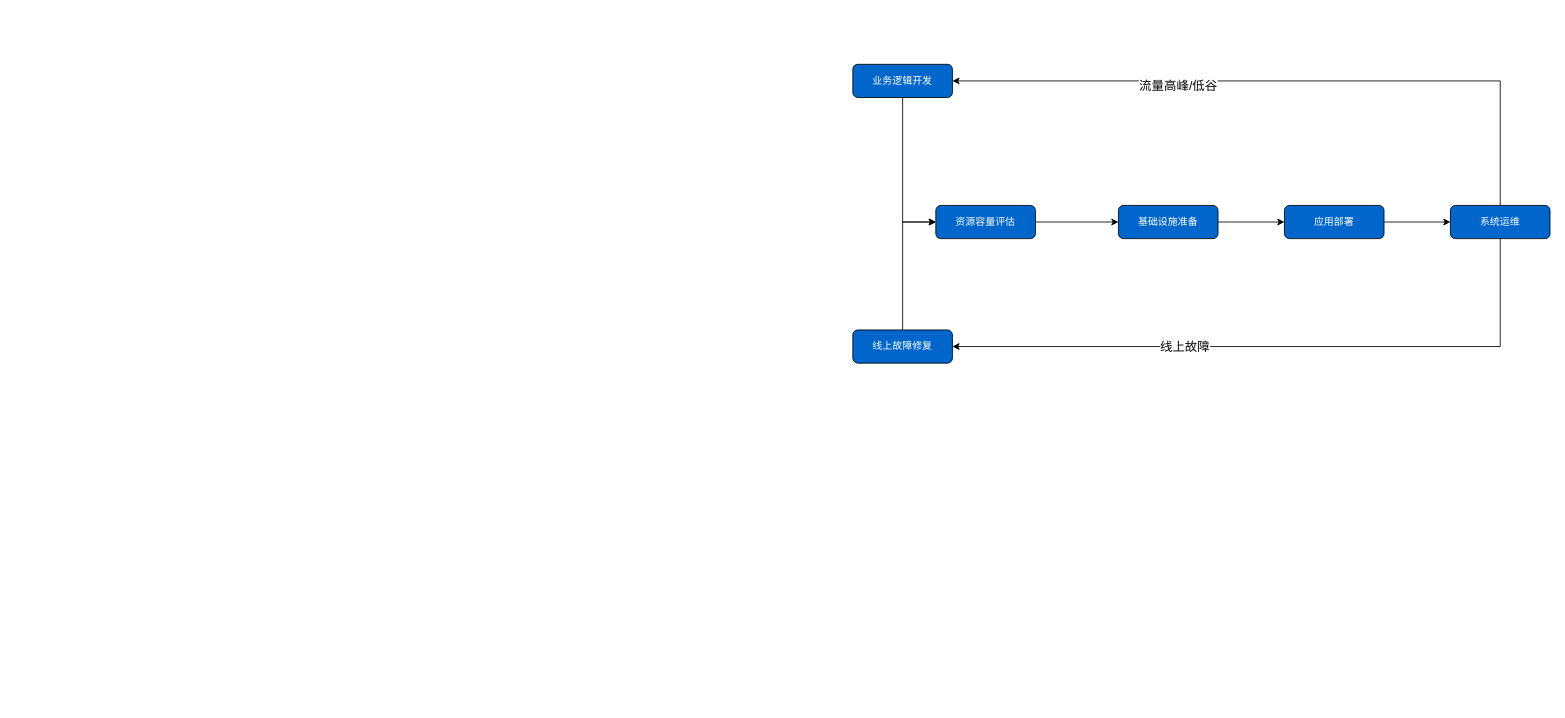
Above: faas.drawio in ming3000/draw_io (draw.io), before the change. Source tidied: cells renumbered, new cells numbered last; positions are measured from the earlier drawing's top-left corner, leaving out a move shared by most shapes. Both pictures are drawn from the tidied source at 83%, with x=0, y=0 at pixel (852, 64).
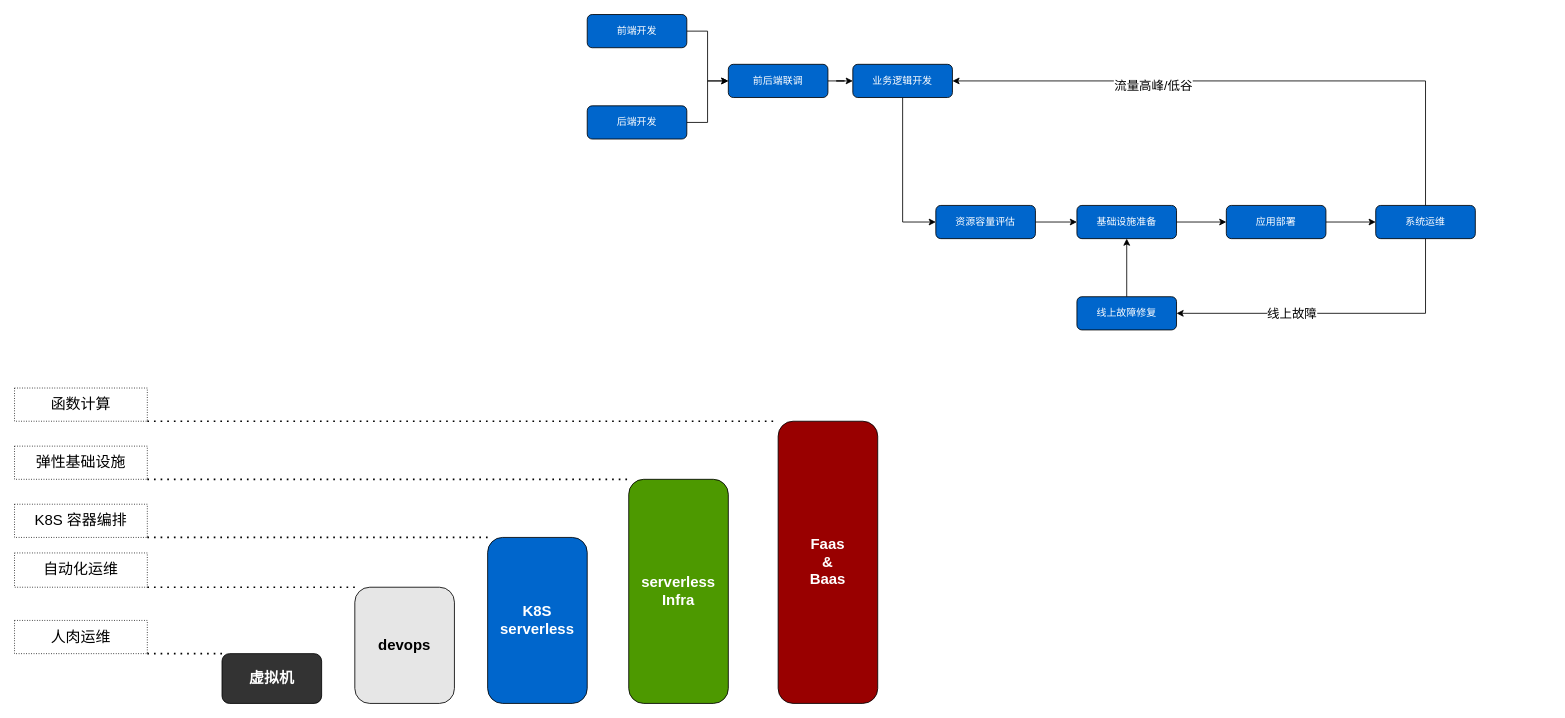
After the change.

The change refers to these unchanged cells:
```xml
<mxCell id="10" value="业务逻辑开发" style="rounded=1;whiteSpace=wrap;html=1;fillColor=#0066CC;fontColor=#FFFFFF;" parent="1" vertex="1">
  <mxGeometry width="120" height="40" as="geometry" />
</mxCell>
<mxCell id="14" value="资源容量评估" style="rounded=1;whiteSpace=wrap;html=1;fillColor=#0066CC;fontColor=#FFFFFF;" parent="1" vertex="1">
  <mxGeometry x="100" y="170" width="120" height="40" as="geometry" />
</mxCell>
```

Change to the diagram source:
```diff
@@
     <mxCell id="3" value="应用部署" style="rounded=1;whiteSpace=wrap;html=1;fillColor=#0066CC;fontColor=#FFFFFF;" parent="1" vertex="1">
-      <mxGeometry x="520" y="170" width="120" height="40" as="geometry" />
+      <mxGeometry x="450" y="170" width="120" height="40" as="geometry" />
     </mxCell>
@@
     <mxCell id="8" value="系统运维" style="rounded=1;whiteSpace=wrap;html=1;fillColor=#0066CC;fontColor=#FFFFFF;" parent="1" vertex="1">
-      <mxGeometry x="720" y="170" width="120" height="40" as="geometry" />
+      <mxGeometry x="630" y="170" width="120" height="40" as="geometry" />
     </mxCell>
@@
-    <mxCell id="11" style="edgeStyle=orthogonalEdgeStyle;rounded=0;jettySize=auto;html=1;exitX=0.5;exitY=0;exitDx=0;exitDy=0;entryX=0;entryY=0.5;entryDx=0;entryDy=0;fontColor=#FFFFFF;" parent="1" edge="1" source="12" target="14">
+    <mxCell id="11" style="edgeStyle=orthogonalEdgeStyle;rounded=0;jettySize=auto;html=1;exitX=0.5;exitY=0;exitDx=0;exitDy=0;entryX=0.5;entryY=1;entryDx=0;entryDy=0;fontColor=#FFFFFF;" parent="1" edge="1" source="12" target="16">
       <mxGeometry relative="1" as="geometry" />
     </mxCell>
     <mxCell id="12" value="线上故障修复" style="rounded=1;whiteSpace=wrap;html=1;fillColor=#0066CC;fontColor=#FFFFFF;" parent="1" vertex="1">
-      <mxGeometry y="320" width="120" height="40" as="geometry" />
+      <mxGeometry x="270" y="280" width="120" height="40" as="geometry" />
     </mxCell>
@@
     <mxCell id="16" value="基础设施准备" style="rounded=1;whiteSpace=wrap;html=1;fillColor=#0066CC;fontColor=#FFFFFF;" parent="1" vertex="1">
-      <mxGeometry x="320" y="170" width="120" height="40" as="geometry" />
+      <mxGeometry x="270" y="170" width="120" height="40" as="geometry" />
     </mxCell>
+    <mxCell id="17" style="edgeStyle=orthogonalEdgeStyle;rounded=0;jettySize=auto;html=1;exitX=1;exitY=0.5;exitDx=0;exitDy=0;fontSize=15;fontColor=#000000;" parent="1" edge="1" source="18" target="10">
+      <mxGeometry relative="1" as="geometry" />
+    </mxCell>
+    <mxCell id="18" value="前后端联调" style="rounded=1;whiteSpace=wrap;html=1;fillColor=#0066CC;fontColor=#FFFFFF;" parent="1" vertex="1">
+      <mxGeometry x="-150" width="120" height="40" as="geometry" />
+    </mxCell>
+    <mxCell id="19" style="edgeStyle=orthogonalEdgeStyle;rounded=0;jettySize=auto;html=1;exitX=1;exitY=0.5;exitDx=0;exitDy=0;entryX=0;entryY=0.5;entryDx=0;entryDy=0;fontSize=15;fontColor=#000000;" parent="1" edge="1" source="20" target="18">
+      <mxGeometry relative="1" as="geometry" />
+    </mxCell>
+    <mxCell id="20" value="前端开发" style="rounded=1;whiteSpace=wrap;html=1;fillColor=#0066CC;fontColor=#FFFFFF;" parent="1" vertex="1">
+      <mxGeometry x="-320" y="-60" width="120" height="40" as="geometry" />
+    </mxCell>
+    <mxCell id="21" style="edgeStyle=orthogonalEdgeStyle;rounded=0;jettySize=auto;html=1;fontSize=15;fontColor=#000000;entryX=0;entryY=0.5;entryDx=0;entryDy=0;" parent="1" edge="1" source="22" target="18">
+      <mxGeometry relative="1" as="geometry" />
+    </mxCell>
+    <mxCell id="22" value="后端开发" style="rounded=1;whiteSpace=wrap;html=1;fillColor=#0066CC;fontColor=#FFFFFF;" parent="1" vertex="1">
+      <mxGeometry x="-320" y="50" width="120" height="40" as="geometry" />
+    </mxCell>
+    <mxCell id="23" value="虚拟机" style="rounded=1;whiteSpace=wrap;html=1;fontSize=18;fontColor=#FFFFFF;fillColor=#333333;fontStyle=1;" parent="1" vertex="1">
+      <mxGeometry x="-760" y="710" width="120" height="60" as="geometry" />
+    </mxCell>
+    <mxCell id="24" value="&lt;div style=&quot;font-size: 18px;&quot;&gt;K8S&lt;/div&gt;&lt;div style=&quot;font-size: 18px;&quot;&gt;serverless&lt;br style=&quot;font-size: 18px;&quot;&gt;&lt;/div&gt;" style="rounded=1;whiteSpace=wrap;html=1;fontSize=18;fontColor=#FFFFFF;fillColor=#0066CC;fontStyle=1;" parent="1" vertex="1">
+      <mxGeometry x="-440" y="570" width="120" height="200" as="geometry" />
+    </mxCell>
+    <mxCell id="25" value="devops" style="rounded=1;whiteSpace=wrap;html=1;fontSize=18;fontColor=#000000;fillColor=#E6E6E6;fontStyle=1;" parent="1" vertex="1">
+      <mxGeometry x="-600" y="630" width="120" height="140" as="geometry" />
+    </mxCell>
+    <mxCell id="26" value="&lt;div style=&quot;font-size: 18px;&quot;&gt;serverless&lt;/div&gt;&lt;div style=&quot;font-size: 18px;&quot;&gt;Infra&lt;br style=&quot;font-size: 18px;&quot;&gt;&lt;/div&gt;" style="rounded=1;whiteSpace=wrap;html=1;fontSize=18;fontColor=#FFFFFF;fillColor=#4D9900;fontStyle=1;" parent="1" vertex="1">
+      <mxGeometry x="-270" y="500" width="120" height="270" as="geometry" />
+    </mxCell>
+    <mxCell id="27" value="&lt;div style=&quot;font-size: 18px&quot;&gt;Faas&lt;/div&gt;&lt;div style=&quot;font-size: 18px&quot;&gt;&amp;amp;&lt;/div&gt;&lt;div style=&quot;font-size: 18px&quot;&gt;Baas&lt;br style=&quot;font-size: 18px&quot;&gt;&lt;/div&gt;" style="rounded=1;whiteSpace=wrap;html=1;fontSize=18;fontColor=#FFFFFF;fillColor=#990000;fontStyle=1;" parent="1" vertex="1">
+      <mxGeometry x="-90" y="430" width="120" height="340" as="geometry" />
+    </mxCell>
+    <mxCell id="28" value="人肉运维" style="rounded=0;whiteSpace=wrap;html=1;fontSize=18;fontColor=#000000;fillColor=#FFFFFF;dashed=1;dashPattern=1 2;" parent="1" vertex="1">
+      <mxGeometry x="-1010" y="670" width="160" height="40" as="geometry" />
+    </mxCell>
+    <mxCell id="29" style="endArrow=none;dashed=1;html=1;dashPattern=1 3;strokeWidth=2;rounded=0;fontSize=18;fontColor=#000000;exitX=1;exitY=1;exitDx=0;exitDy=0;entryX=0;entryY=0;entryDx=0;entryDy=0;" parent="1" edge="1" source="28" target="23">
+      <mxGeometry relative="1" as="geometry" />
+    </mxCell>
+    <mxCell id="30" value="自动化运维" style="rounded=0;whiteSpace=wrap;html=1;fontSize=18;fontColor=#000000;fillColor=#FFFFFF;dashed=1;dashPattern=1 2;" parent="1" vertex="1">
+      <mxGeometry x="-1010" y="588.7" width="160" height="41.3" as="geometry" />
+    </mxCell>
+    <mxCell id="31" style="endArrow=none;dashed=1;html=1;dashPattern=1 3;strokeWidth=2;rounded=0;fontSize=18;fontColor=#000000;exitX=1;exitY=1;exitDx=0;exitDy=0;entryX=0;entryY=0;entryDx=0;entryDy=0;" parent="1" edge="1" source="30" target="25">
+      <mxGeometry relative="1" as="geometry" />
+    </mxCell>
+    <mxCell id="32" value="K8S 容器编排" style="rounded=0;whiteSpace=wrap;html=1;fontSize=18;fontColor=#000000;fillColor=#FFFFFF;dashed=1;dashPattern=1 2;" parent="1" vertex="1">
+      <mxGeometry x="-1010" y="530" width="160" height="40" as="geometry" />
+    </mxCell>
+    <mxCell id="33" style="endArrow=none;dashed=1;html=1;dashPattern=1 3;strokeWidth=2;rounded=0;fontSize=18;fontColor=#000000;exitX=1;exitY=1;exitDx=0;exitDy=0;entryX=0;entryY=0;entryDx=0;entryDy=0;" parent="1" edge="1" source="32" target="24">
+      <mxGeometry relative="1" as="geometry" />
+    </mxCell>
+    <mxCell id="34" value="弹性基础设施" style="rounded=0;whiteSpace=wrap;html=1;fontSize=18;fontColor=#000000;fillColor=#FFFFFF;dashed=1;dashPattern=1 2;" parent="1" vertex="1">
+      <mxGeometry x="-1010" y="460" width="160" height="40" as="geometry" />
+    </mxCell>
+    <mxCell id="35" style="endArrow=none;dashed=1;html=1;dashPattern=1 3;strokeWidth=2;rounded=0;fontSize=18;fontColor=#000000;exitX=1;exitY=1;exitDx=0;exitDy=0;entryX=0;entryY=0;entryDx=0;entryDy=0;" parent="1" edge="1" source="34" target="26">
+      <mxGeometry relative="1" as="geometry" />
+    </mxCell>
+    <mxCell id="36" value="函数计算" style="rounded=0;whiteSpace=wrap;html=1;fontSize=18;fontColor=#000000;fillColor=#FFFFFF;dashed=1;dashPattern=1 2;" parent="1" vertex="1">
+      <mxGeometry x="-1010" y="390" width="160" height="40" as="geometry" />
+    </mxCell>
+    <mxCell id="37" style="endArrow=none;dashed=1;html=1;dashPattern=1 3;strokeWidth=2;rounded=0;fontSize=18;fontColor=#000000;exitX=1;exitY=1;exitDx=0;exitDy=0;entryX=0;entryY=0;entryDx=0;entryDy=0;" parent="1" edge="1" source="36" target="27">
+      <mxGeometry relative="1" as="geometry" />
+    </mxCell>
```
